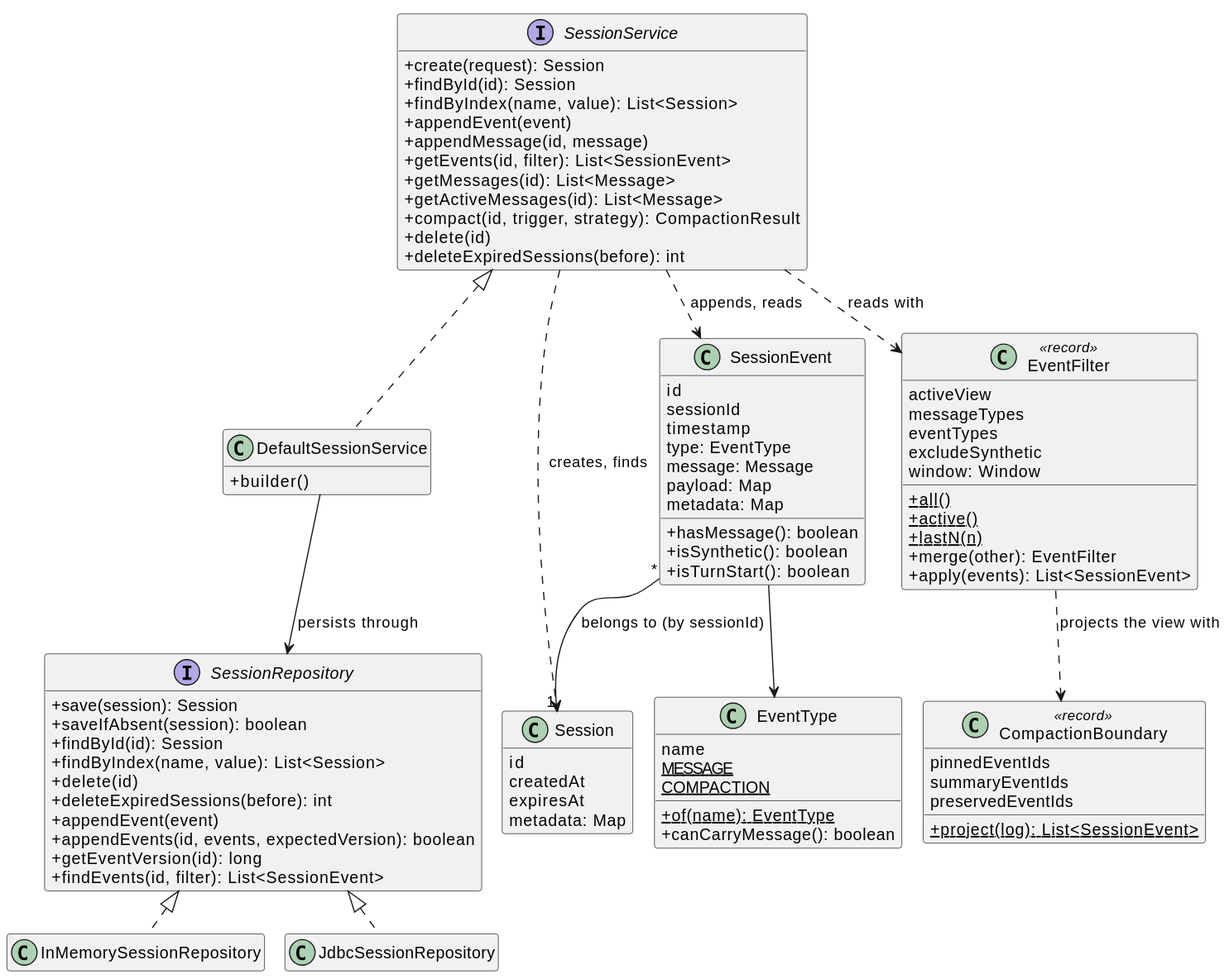
The PlantUML diagram spring-ai-docs/src/main/antora/modules/ROOT/images/session/session-core-classes.svg in spring-projects/spring-ai, before a commit. Its diagram source:
```plantuml
@startuml
!pragma layout smetana
skinparam shadowing false
skinparam classAttributeIconSize 0
skinparam linetype ortho
hide empty members

interface SessionService {
  +create(request): Session
  +findById(id): Session
  +findByIndex(name, value): List<Session>
  +appendEvent(event)
  +appendMessage(id, message)
  +getEvents(id, filter): List<SessionEvent>
  +getMessages(id): List<Message>
  +getActiveMessages(id): List<Message>
  +compact(id, trigger, strategy): CompactionResult
  +delete(id)
  +deleteExpiredSessions(before): int
}
class DefaultSessionService {
  +builder()
}
interface SessionRepository {
  +save(session): Session
  +saveIfAbsent(session): boolean
  +findById(id): Session
  +findByIndex(name, value): List<Session>
  +delete(id)
  +deleteExpiredSessions(before): int
  +appendEvent(event)
  +appendEvents(id, events, expectedVersion): boolean
  +getEventVersion(id): long
  +findEvents(id, filter): List<SessionEvent>
}
class InMemorySessionRepository
class JdbcSessionRepository

class Session {
  id
  createdAt
  expiresAt
  metadata: Map
}
class SessionEvent {
  id
  sessionId
  timestamp
  type: EventType
  message: Message
  payload: Map
  metadata: Map
  +hasMessage(): boolean
  +isSynthetic(): boolean
  +isTurnStart(): boolean
}
class EventType {
  name
  {static} MESSAGE
  {static} COMPACTION
  {static} +of(name): EventType
  +canCarryMessage(): boolean
}
class EventFilter <<record>> {
  activeView
  messageTypes
  eventTypes
  excludeSynthetic
  window: Window
  {static} +all()
  {static} +active()
  {static} +lastN(n)
  +merge(other): EventFilter
  +apply(events): List<SessionEvent>
}
class CompactionBoundary <<record>> {
  pinnedEventIds
  summaryEventIds
  preservedEventIds
  {static} +project(log): List<SessionEvent>
}

SessionService <|.. DefaultSessionService
DefaultSessionService --> SessionRepository : persists through
SessionRepository <|.. InMemorySessionRepository
SessionRepository <|.. JdbcSessionRepository
SessionService ..> Session : creates, finds
SessionService ..> SessionEvent : appends, reads
SessionService ..> EventFilter : reads with
SessionEvent "*" --> "1" Session : belongs to (by sessionId)
SessionEvent --> EventType
EventFilter ..> CompactionBoundary : projects the view with
@enduml
```
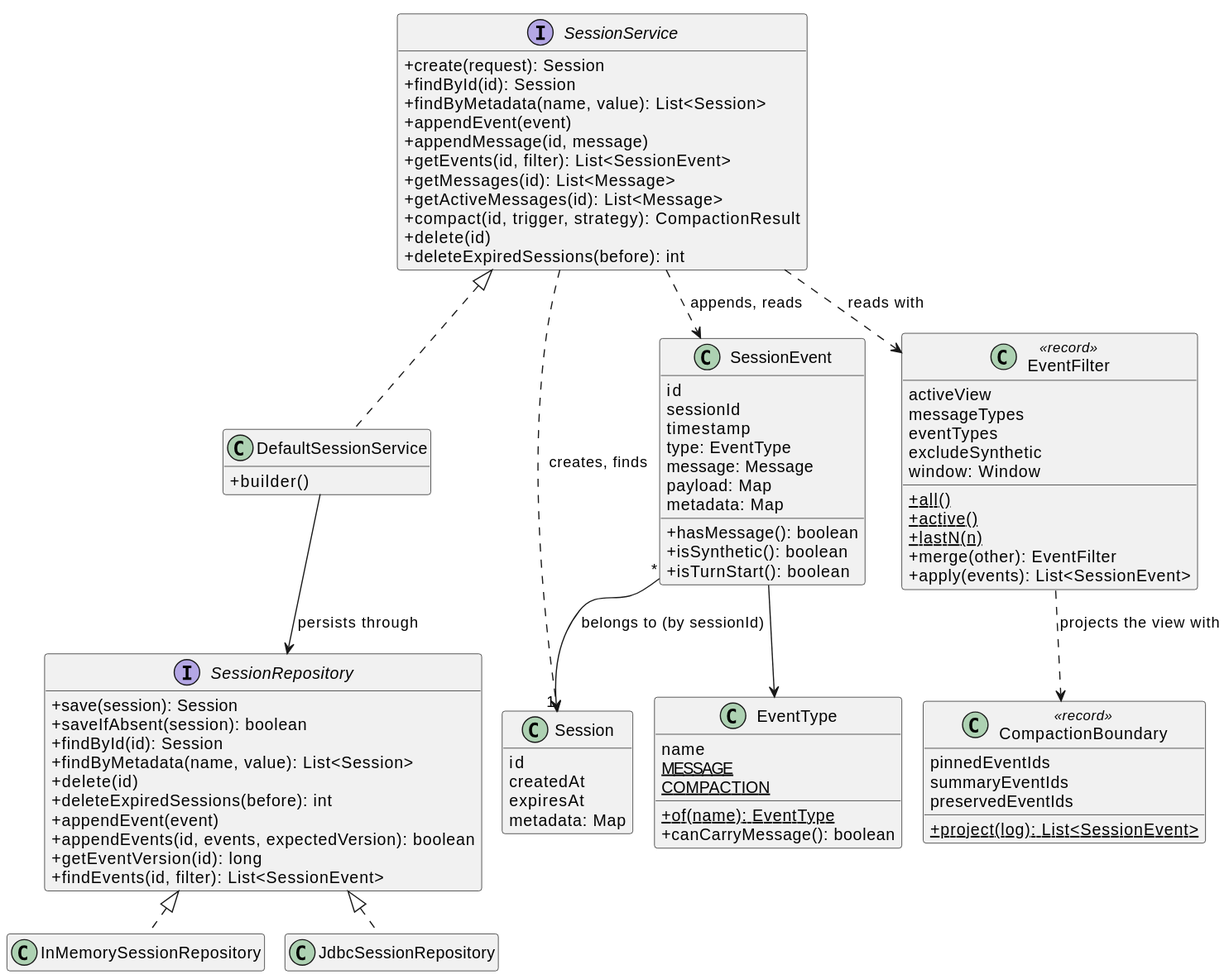
Later version of the same file.

The edit, as a diff of the source:
```diff
@@ -8,7 +8,7 @@
 interface SessionService {
   +create(request): Session
   +findById(id): Session
-  +findByIndex(name, value): List<Session>
+  +findByMetadata(name, value): List<Session>
   +appendEvent(event)
   +appendMessage(id, message)
   +getEvents(id, filter): List<SessionEvent>
@@ -25,7 +25,7 @@
   +save(session): Session
   +saveIfAbsent(session): boolean
   +findById(id): Session
-  +findByIndex(name, value): List<Session>
+  +findByMetadata(name, value): List<Session>
   +delete(id)
   +deleteExpiredSessions(before): int
   +appendEvent(event)
```
